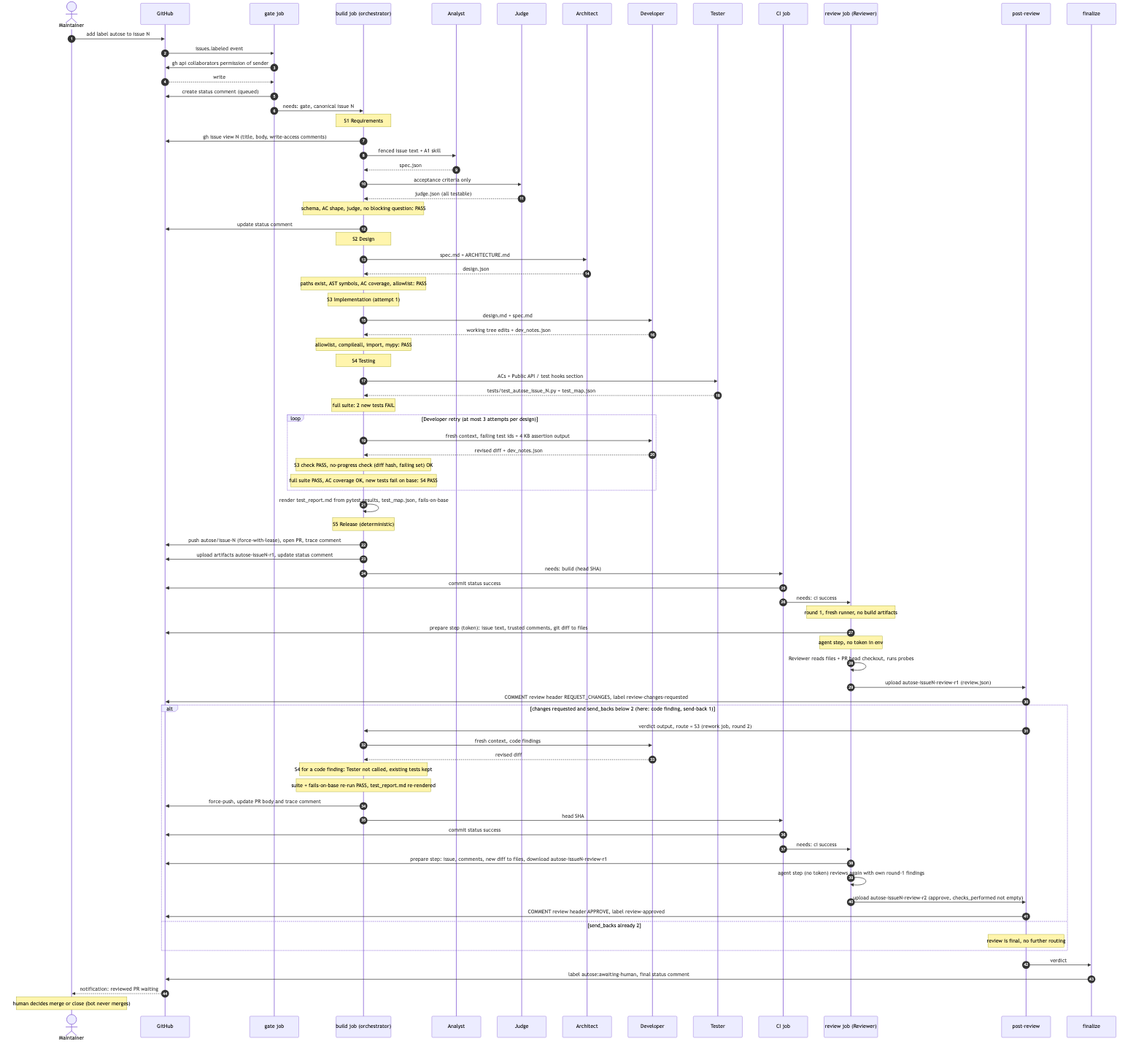
The Mermaid diagram architecture/views/sequence-view.png in vishesh312/autose-assignment3, before a commit. Its source is kept beside it as architecture/views/sequence-view.mmd.
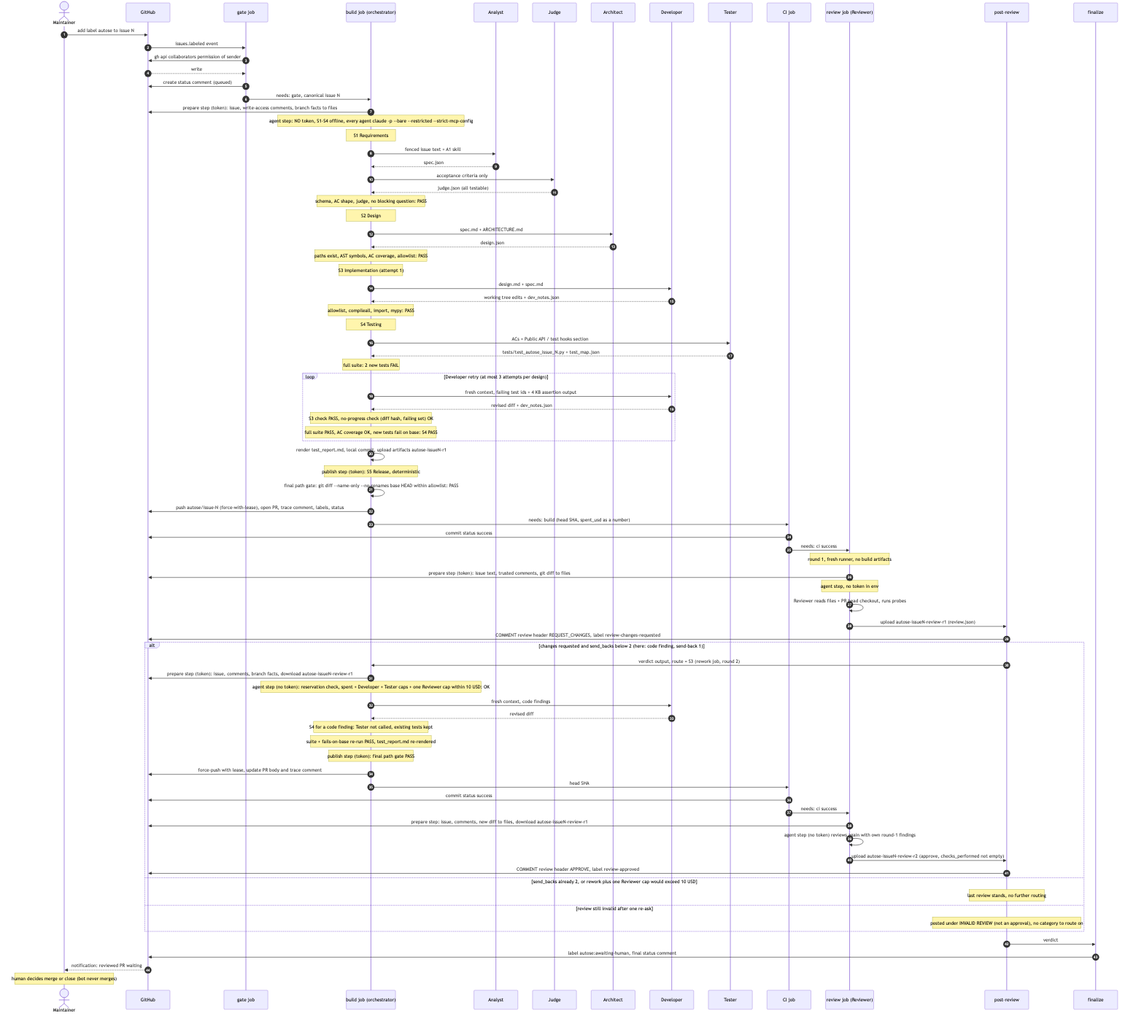
The same diagram one commit later.

What changed in the source:
```diff
@@ -21,14 +21,14 @@
   G->>GH: create status comment (queued)
   G->>B: needs: gate, canonical issue N
 
+  B->>GH: prepare step (token): issue, write-access comments, branch facts to files
+  Note over B: agent step: NO token, S1-S4 offline, every agent claude -p --bare --restricted --strict-mcp-config
   Note over B: S1 Requirements
-  B->>GH: gh issue view N (title, body, write-access comments)
   B->>AN: fenced issue text + A1 skill
   AN-->>B: spec.json
   B->>J: acceptance criteria only
   J-->>B: judge.json (all testable)
   Note over B: schema, AC shape, judge, no blocking question: PASS
-  B->>GH: update status comment
 
   Note over B: S2 Design
   B->>AR: spec.md + ARCHITECTURE.md
@@ -51,12 +51,12 @@
     Note over B: S3 check PASS, no-progress check (diff hash, failing set) OK
     Note over B: full suite PASS, AC coverage OK, new tests fail on base: S4 PASS
   end
-  B->>B: render test_report.md from pytest results, test_map.json, fails-on-base
+  B->>B: render test_report.md, local commit, upload artifacts autose-issueN-r1
 
-  Note over B: S5 Release (deterministic)
-  B->>GH: push autose/issue-N (force-with-lease), open PR, trace comment
-  B->>GH: upload artifacts autose-issueN-r1, update status comment
-  B->>C: needs: build (head SHA)
+  Note over B: publish step (token): S5 Release, deterministic
+  B->>B: final path gate: git diff --name-only --no-renames base HEAD within allowlist: PASS
+  B->>GH: push autose/issue-N (force-with-lease), open PR, trace comment, labels, status
+  B->>C: needs: build (head SHA, spent_usd as a number)
   C->>GH: commit status success
   C->>R: needs: ci success
 
@@ -69,11 +69,14 @@
 
   alt changes requested and send_backs below 2 (here: code finding, send-back 1)
     P->>B: verdict output, route = S3 (rework job, round 2)
+    B->>GH: prepare step (token): issue, comments, branch facts, download autose-issueN-review-r1
+    Note over B: agent step (no token): reservation check, spent + Developer + Tester caps + one Reviewer cap within 10 USD: OK
     B->>D: fresh context, code findings
     D-->>B: revised diff
     Note over B: S4 for a code finding: Tester not called, existing tests kept
     Note over B: suite + fails-on-base re-run PASS, test_report.md re-rendered
-    B->>GH: force-push, update PR body and trace comment
+    Note over B: publish step (token): final path gate PASS
+    B->>GH: force-push with lease, update PR body and trace comment
     B->>C: head SHA
     C->>GH: commit status success
     C->>R: needs: ci success
@@ -81,8 +84,10 @@
     R->>R: agent step (no token) reviews again with own round-1 findings
     R->>P: upload autose-issueN-review-r2 (approve, checks_performed not empty)
     P->>GH: COMMENT review header APPROVE, label review-approved
-  else send_backs already 2
-    Note over P: review is final, no further routing
+  else send_backs already 2, or rework plus one Reviewer cap would exceed 10 USD
+    Note over P: last review stands, no further routing
+  else review still invalid after one re-ask
+    Note over P: posted under INVALID REVIEW (not an approval), no category to route on
   end
 
   P->>F: verdict
```
